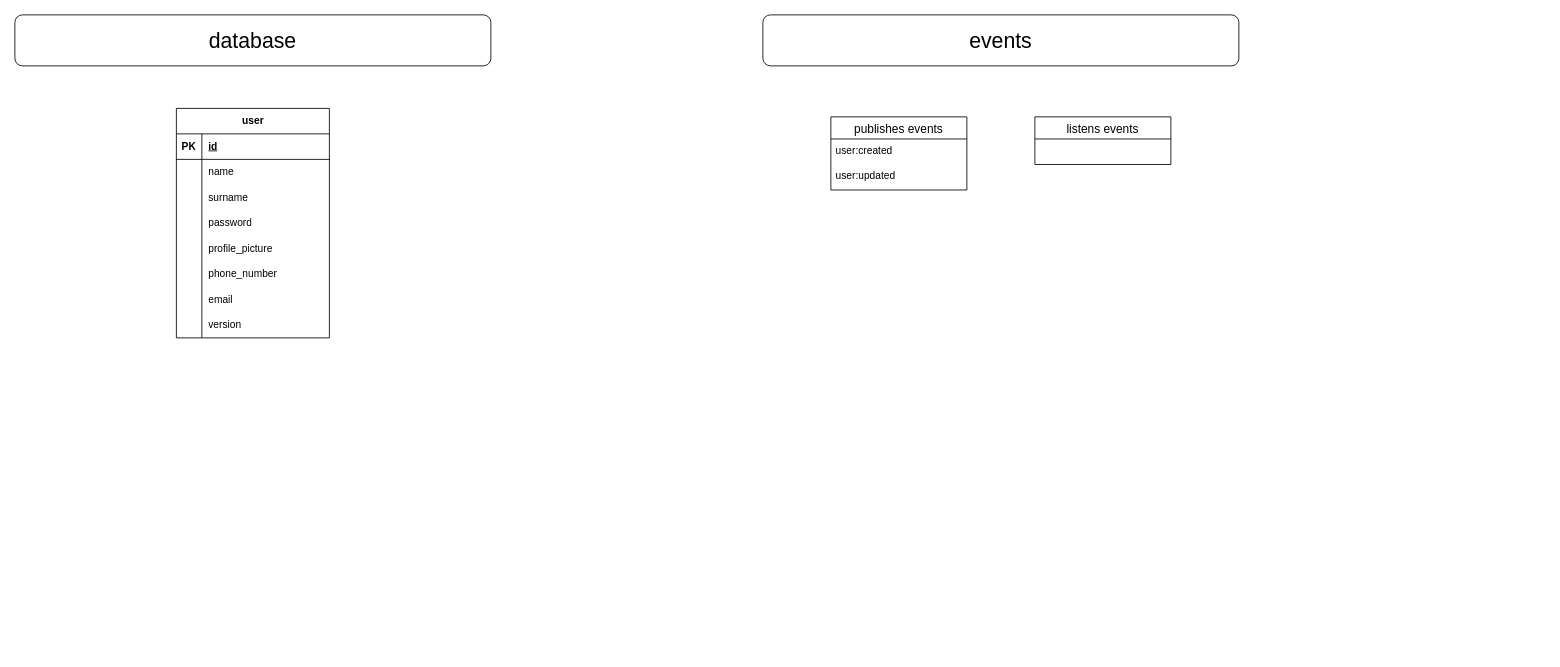
Above: page "user" (5 of 11) of app.drawio in ernurQ/eat-web-diagrams (draw.io), before the change. Source tidied: cells renumbered, new cells numbered last; positions are measured from the earlier drawing's top-left corner, leaving out a move shared by most shapes. Both pictures are drawn from the tidied source at 85%, with x=0, y=0 at pixel (14, 14).
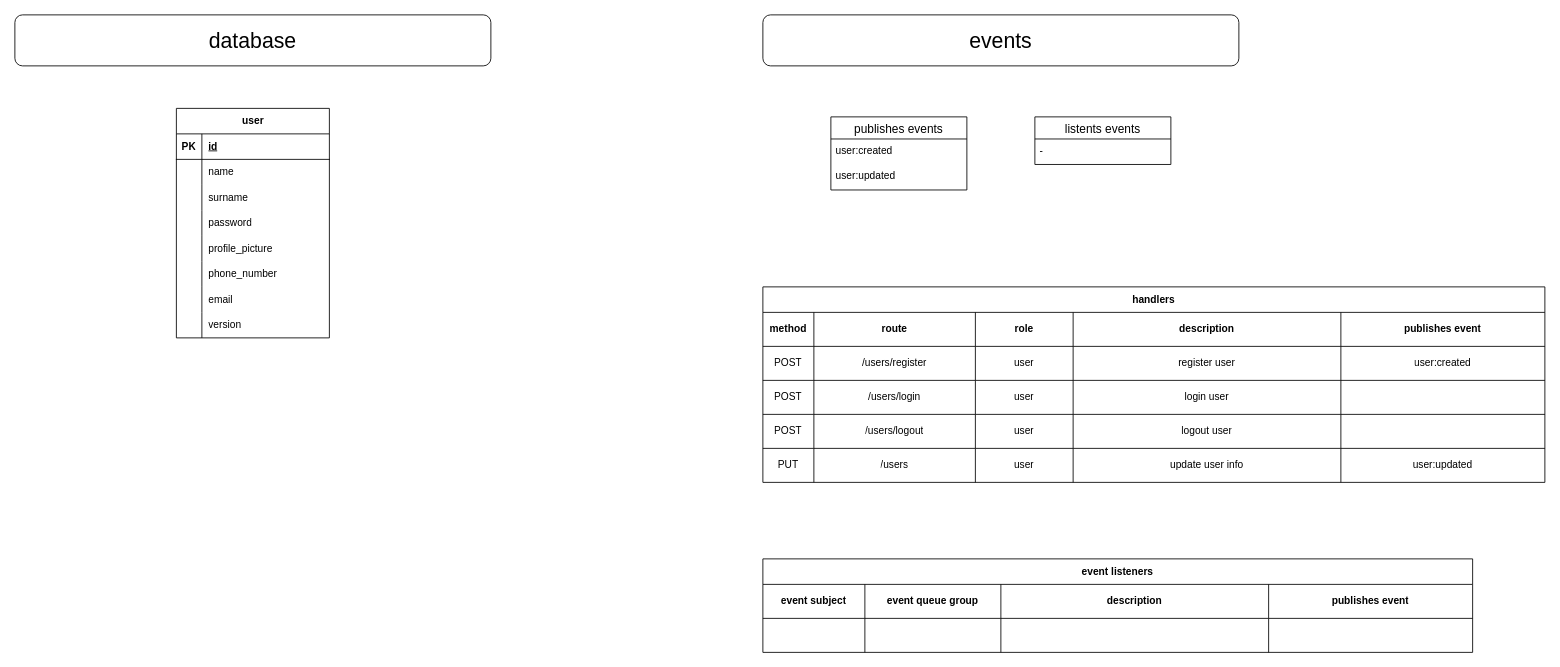
Above is the later version.

The edit, as a diff of the source:
```diff
@@
-    <mxCell id="32" value="listens events" style="swimlane;fontStyle=0;horizontal=1;startSize=26;align=center;fontSize=14;" parent="1" vertex="1">
-      <mxGeometry x="1200" y="120" width="160" height="56" as="geometry" />
-    </mxCell>
+    <mxCell id="33" value="handlers" style="shape=table;startSize=30;childLayout=tableLayout;strokeColor=default;fontSize=12;fontStyle=1;" parent="1" vertex="1">
+      <mxGeometry x="880" y="320" width="920" height="230" as="geometry" />
+    </mxCell>
+    <mxCell id="34" style="shape=tableRow;horizontal=0;startSize=0;swimlaneHead=0;swimlaneBody=0;strokeColor=inherit;top=0;left=0;bottom=0;right=0;fillColor=none;fontSize=12;" parent="33" vertex="1">
+      <mxGeometry y="30" width="920" height="40" as="geometry" />
+    </mxCell>
+    <mxCell id="35" value="&lt;b&gt;method&lt;/b&gt;" style="shape=partialRectangle;html=1;whiteSpace=wrap;strokeColor=inherit;overflow=hidden;fillColor=none;top=0;left=0;bottom=0;right=0;fontSize=12;" parent="34" vertex="1">
+      <mxGeometry width="60" height="40" as="geometry" />
+    </mxCell>
+    <mxCell id="36" value="&lt;b&gt;route&lt;/b&gt;" style="shape=partialRectangle;html=1;whiteSpace=wrap;strokeColor=inherit;overflow=hidden;fillColor=none;top=0;left=0;bottom=0;right=0;fontSize=12;" parent="34" vertex="1">
+      <mxGeometry x="60" width="190" height="40" as="geometry" />
+    </mxCell>
+    <mxCell id="37" value="&lt;b&gt;role&lt;/b&gt;" style="shape=partialRectangle;html=1;whiteSpace=wrap;strokeColor=inherit;overflow=hidden;fillColor=none;top=0;left=0;bottom=0;right=0;fontSize=12;" parent="34" vertex="1">
+      <mxGeometry x="250" width="115" height="40" as="geometry" />
+    </mxCell>
+    <mxCell id="38" value="&lt;b&gt;description&lt;/b&gt;" style="shape=partialRectangle;html=1;whiteSpace=wrap;strokeColor=inherit;overflow=hidden;fillColor=none;top=0;left=0;bottom=0;right=0;fontSize=12;" parent="34" vertex="1">
+      <mxGeometry x="365" width="315" height="40" as="geometry" />
+    </mxCell>
+    <mxCell id="39" value="&lt;b&gt;publishes event&lt;/b&gt;" style="shape=partialRectangle;html=1;whiteSpace=wrap;strokeColor=inherit;overflow=hidden;fillColor=none;top=0;left=0;bottom=0;right=0;fontSize=12;" parent="34" vertex="1">
+      <mxGeometry x="680" width="240" height="40" as="geometry" />
+    </mxCell>
+    <mxCell id="40" style="shape=tableRow;horizontal=0;startSize=0;swimlaneHead=0;swimlaneBody=0;strokeColor=inherit;top=0;left=0;bottom=0;right=0;fillColor=none;fontSize=12;" parent="33" vertex="1">
+      <mxGeometry y="70" width="920" height="40" as="geometry" />
+    </mxCell>
+    <mxCell id="41" value="POST" style="shape=partialRectangle;html=1;whiteSpace=wrap;strokeColor=inherit;overflow=hidden;fillColor=none;top=0;left=0;bottom=0;right=0;fontSize=12;" parent="40" vertex="1">
+      <mxGeometry width="60" height="40" as="geometry" />
+    </mxCell>
+    <mxCell id="42" value="/users/register" style="shape=partialRectangle;html=1;whiteSpace=wrap;strokeColor=inherit;overflow=hidden;fillColor=none;top=0;left=0;bottom=0;right=0;fontSize=12;align=center;" parent="40" vertex="1">
+      <mxGeometry x="60" width="190" height="40" as="geometry" />
+    </mxCell>
+    <mxCell id="43" value="user" style="shape=partialRectangle;html=1;whiteSpace=wrap;strokeColor=inherit;overflow=hidden;fillColor=none;top=0;left=0;bottom=0;right=0;fontSize=12;align=center;" parent="40" vertex="1">
+      <mxGeometry x="250" width="115" height="40" as="geometry" />
+    </mxCell>
+    <mxCell id="44" value="register user" style="shape=partialRectangle;html=1;whiteSpace=wrap;strokeColor=inherit;overflow=hidden;fillColor=none;top=0;left=0;bottom=0;right=0;fontSize=12;" parent="40" vertex="1">
+      <mxGeometry x="365" width="315" height="40" as="geometry" />
+    </mxCell>
+    <mxCell id="45" value="user:created" style="shape=partialRectangle;html=1;whiteSpace=wrap;strokeColor=inherit;overflow=hidden;fillColor=none;top=0;left=0;bottom=0;right=0;fontSize=12;" parent="40" vertex="1">
+      <mxGeometry x="680" width="240" height="40" as="geometry" />
+    </mxCell>
+    <mxCell id="46" style="shape=tableRow;horizontal=0;startSize=0;swimlaneHead=0;swimlaneBody=0;strokeColor=inherit;top=0;left=0;bottom=0;right=0;fillColor=none;fontSize=12;" parent="33" vertex="1">
+      <mxGeometry y="110" width="920" height="40" as="geometry" />
+    </mxCell>
+    <mxCell id="47" value="POST" style="shape=partialRectangle;html=1;whiteSpace=wrap;strokeColor=inherit;overflow=hidden;fillColor=none;top=0;left=0;bottom=0;right=0;fontSize=12;" parent="46" vertex="1">
+      <mxGeometry width="60" height="40" as="geometry" />
+    </mxCell>
+    <mxCell id="48" value="/users/login" style="shape=partialRectangle;html=1;whiteSpace=wrap;strokeColor=inherit;overflow=hidden;fillColor=none;top=0;left=0;bottom=0;right=0;fontSize=12;" parent="46" vertex="1">
+      <mxGeometry x="60" width="190" height="40" as="geometry" />
+    </mxCell>
+    <mxCell id="49" value="user" style="shape=partialRectangle;html=1;whiteSpace=wrap;strokeColor=inherit;overflow=hidden;fillColor=none;top=0;left=0;bottom=0;right=0;fontSize=12;" parent="46" vertex="1">
+      <mxGeometry x="250" width="115" height="40" as="geometry" />
+    </mxCell>
+    <mxCell id="50" value="login user" style="shape=partialRectangle;html=1;whiteSpace=wrap;strokeColor=inherit;overflow=hidden;fillColor=none;top=0;left=0;bottom=0;right=0;fontSize=12;" parent="46" vertex="1">
+      <mxGeometry x="365" width="315" height="40" as="geometry" />
+    </mxCell>
+    <mxCell id="51" style="shape=partialRectangle;html=1;whiteSpace=wrap;strokeColor=inherit;overflow=hidden;fillColor=none;top=0;left=0;bottom=0;right=0;fontSize=12;" parent="46" vertex="1">
+      <mxGeometry x="680" width="240" height="40" as="geometry" />
+    </mxCell>
+    <mxCell id="52" style="shape=tableRow;horizontal=0;startSize=0;swimlaneHead=0;swimlaneBody=0;strokeColor=inherit;top=0;left=0;bottom=0;right=0;fillColor=none;fontSize=12;" parent="33" vertex="1">
+      <mxGeometry y="150" width="920" height="40" as="geometry" />
+    </mxCell>
+    <mxCell id="53" value="POST" style="shape=partialRectangle;html=1;whiteSpace=wrap;strokeColor=inherit;overflow=hidden;fillColor=none;top=0;left=0;bottom=0;right=0;fontSize=12;" parent="52" vertex="1">
+      <mxGeometry width="60" height="40" as="geometry" />
+    </mxCell>
+    <mxCell id="54" value="/users/logout" style="shape=partialRectangle;html=1;whiteSpace=wrap;strokeColor=inherit;overflow=hidden;fillColor=none;top=0;left=0;bottom=0;right=0;fontSize=12;" parent="52" vertex="1">
+      <mxGeometry x="60" width="190" height="40" as="geometry" />
+    </mxCell>
+    <mxCell id="55" value="user" style="shape=partialRectangle;html=1;whiteSpace=wrap;strokeColor=inherit;overflow=hidden;fillColor=none;top=0;left=0;bottom=0;right=0;fontSize=12;" parent="52" vertex="1">
+      <mxGeometry x="250" width="115" height="40" as="geometry" />
+    </mxCell>
+    <mxCell id="56" value="logout user" style="shape=partialRectangle;html=1;whiteSpace=wrap;strokeColor=inherit;overflow=hidden;fillColor=none;top=0;left=0;bottom=0;right=0;fontSize=12;" parent="52" vertex="1">
+      <mxGeometry x="365" width="315" height="40" as="geometry" />
+    </mxCell>
+    <mxCell id="57" style="shape=partialRectangle;html=1;whiteSpace=wrap;strokeColor=inherit;overflow=hidden;fillColor=none;top=0;left=0;bottom=0;right=0;fontSize=12;" parent="52" vertex="1">
+      <mxGeometry x="680" width="240" height="40" as="geometry" />
+    </mxCell>
+    <mxCell id="58" style="shape=tableRow;horizontal=0;startSize=0;swimlaneHead=0;swimlaneBody=0;strokeColor=inherit;top=0;left=0;bottom=0;right=0;fillColor=none;fontSize=12;" parent="33" vertex="1">
+      <mxGeometry y="190" width="920" height="40" as="geometry" />
+    </mxCell>
+    <mxCell id="59" value="PUT" style="shape=partialRectangle;html=1;whiteSpace=wrap;strokeColor=inherit;overflow=hidden;fillColor=none;top=0;left=0;bottom=0;right=0;fontSize=12;" parent="58" vertex="1">
+      <mxGeometry width="60" height="40" as="geometry" />
+    </mxCell>
+    <mxCell id="60" value="/users" style="shape=partialRectangle;html=1;whiteSpace=wrap;strokeColor=inherit;overflow=hidden;fillColor=none;top=0;left=0;bottom=0;right=0;fontSize=12;" parent="58" vertex="1">
+      <mxGeometry x="60" width="190" height="40" as="geometry" />
+    </mxCell>
+    <mxCell id="61" value="user" style="shape=partialRectangle;html=1;whiteSpace=wrap;strokeColor=inherit;overflow=hidden;fillColor=none;top=0;left=0;bottom=0;right=0;fontSize=12;" parent="58" vertex="1">
+      <mxGeometry x="250" width="115" height="40" as="geometry" />
+    </mxCell>
+    <mxCell id="62" value="update user info" style="shape=partialRectangle;html=1;whiteSpace=wrap;strokeColor=inherit;overflow=hidden;fillColor=none;top=0;left=0;bottom=0;right=0;fontSize=12;" parent="58" vertex="1">
+      <mxGeometry x="365" width="315" height="40" as="geometry" />
+    </mxCell>
+    <mxCell id="63" value="user:updated" style="shape=partialRectangle;html=1;whiteSpace=wrap;strokeColor=inherit;overflow=hidden;fillColor=none;top=0;left=0;bottom=0;right=0;fontSize=12;" parent="58" vertex="1">
+      <mxGeometry x="680" width="240" height="40" as="geometry" />
+    </mxCell>
+    <mxCell id="64" value="listents events" style="swimlane;fontStyle=0;horizontal=1;startSize=26;align=center;fontSize=14;" parent="1" vertex="1">
+      <mxGeometry x="1200" y="120" width="160" height="56" as="geometry" />
+    </mxCell>
+    <mxCell id="65" value="-" style="text;strokeColor=none;fillColor=none;spacingLeft=4;spacingRight=4;overflow=hidden;fontSize=12;whiteSpace=wrap;html=1;" parent="64" vertex="1">
+      <mxGeometry y="26" width="160" height="30" as="geometry" />
+    </mxCell>
+    <mxCell id="66" value="event listeners" style="shape=table;startSize=30;childLayout=tableLayout;strokeColor=default;fontSize=12;fontStyle=1;" parent="1" vertex="1">
+      <mxGeometry x="880" y="640" width="835" height="110" as="geometry" />
+    </mxCell>
+    <mxCell id="67" style="shape=tableRow;horizontal=0;startSize=0;swimlaneHead=0;swimlaneBody=0;strokeColor=inherit;top=0;left=0;bottom=0;right=0;fillColor=none;fontSize=12;" parent="66" vertex="1">
+      <mxGeometry y="30" width="835" height="40" as="geometry" />
+    </mxCell>
+    <mxCell id="68" value="&lt;b&gt;event subject&lt;/b&gt;" style="shape=partialRectangle;html=1;whiteSpace=wrap;strokeColor=inherit;overflow=hidden;fillColor=none;top=0;left=0;bottom=0;right=0;fontSize=12;" parent="67" vertex="1">
+      <mxGeometry width="120" height="40" as="geometry" />
+    </mxCell>
+    <mxCell id="69" value="&lt;b&gt;event queue group&lt;/b&gt;" style="shape=partialRectangle;html=1;whiteSpace=wrap;strokeColor=inherit;overflow=hidden;fillColor=none;top=0;left=0;bottom=0;right=0;fontSize=12;" parent="67" vertex="1">
+      <mxGeometry x="120" width="160" height="40" as="geometry" />
+    </mxCell>
+    <mxCell id="70" value="&lt;b&gt;description&lt;/b&gt;" style="shape=partialRectangle;html=1;whiteSpace=wrap;strokeColor=inherit;overflow=hidden;fillColor=none;top=0;left=0;bottom=0;right=0;fontSize=12;" parent="67" vertex="1">
+      <mxGeometry x="280" width="315" height="40" as="geometry" />
+    </mxCell>
+    <mxCell id="71" value="&lt;b&gt;publishes event&lt;/b&gt;" style="shape=partialRectangle;html=1;whiteSpace=wrap;strokeColor=inherit;overflow=hidden;fillColor=none;top=0;left=0;bottom=0;right=0;fontSize=12;" parent="67" vertex="1">
+      <mxGeometry x="595" width="240" height="40" as="geometry" />
+    </mxCell>
+    <mxCell id="72" style="shape=tableRow;horizontal=0;startSize=0;swimlaneHead=0;swimlaneBody=0;strokeColor=inherit;top=0;left=0;bottom=0;right=0;fillColor=none;fontSize=12;" parent="66" vertex="1">
+      <mxGeometry y="70" width="835" height="40" as="geometry" />
+    </mxCell>
+    <mxCell id="73" style="shape=partialRectangle;html=1;whiteSpace=wrap;strokeColor=inherit;overflow=hidden;fillColor=none;top=0;left=0;bottom=0;right=0;fontSize=12;" parent="72" vertex="1">
+      <mxGeometry width="120" height="40" as="geometry" />
+    </mxCell>
+    <mxCell id="74" style="shape=partialRectangle;html=1;whiteSpace=wrap;strokeColor=inherit;overflow=hidden;fillColor=none;top=0;left=0;bottom=0;right=0;fontSize=12;align=center;" parent="72" vertex="1">
+      <mxGeometry x="120" width="160" height="40" as="geometry" />
+    </mxCell>
+    <mxCell id="75" style="shape=partialRectangle;html=1;whiteSpace=wrap;strokeColor=inherit;overflow=hidden;fillColor=none;top=0;left=0;bottom=0;right=0;fontSize=12;" parent="72" vertex="1">
+      <mxGeometry x="280" width="315" height="40" as="geometry" />
+    </mxCell>
+    <mxCell id="76" style="shape=partialRectangle;html=1;whiteSpace=wrap;strokeColor=inherit;overflow=hidden;fillColor=none;top=0;left=0;bottom=0;right=0;fontSize=12;" parent="72" vertex="1">
+      <mxGeometry x="595" width="240" height="40" as="geometry" />
+    </mxCell>
```
